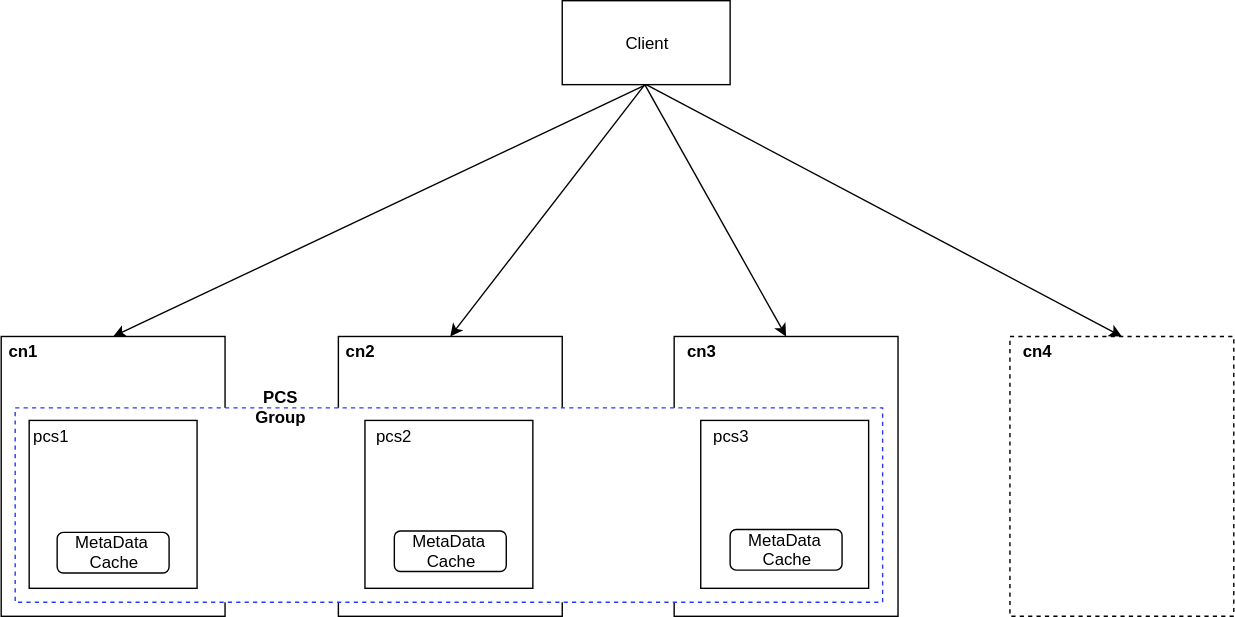
Before: attachments/1671089515758.drawio.svg, a diagram exported from draw.io (simbahebinbo/smallfat.github.io). Source tidied: cells renumbered, new cells last; positions are measured from the earlier drawing's top-left corner, leaving out a move shared by most shapes.
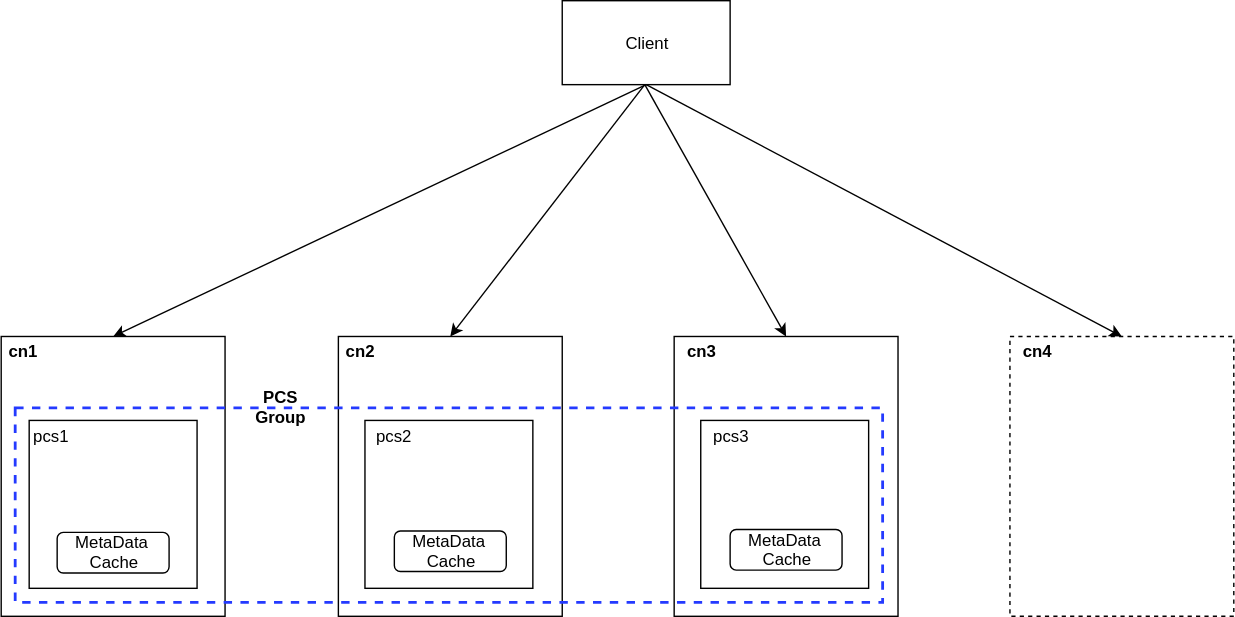
The same diagram one commit later.

Commit message:
添加附件 : attachments/1671089515758.drawio.svg

Diff of the diagram source:
```diff
@@ -11,7 +11,7 @@
     <mxCell id="4" style="whiteSpace=wrap;html=1;" parent="1" vertex="1">
       <mxGeometry y="240" width="160" height="200" as="geometry" />
     </mxCell>
-    <mxCell id="5" style="rounded=0;whiteSpace=wrap;html=1;fillColor=#FFFFFF;dashed=1;strokeColor=#243AFF;" parent="1" vertex="1">
+    <mxCell id="5" style="rounded=0;whiteSpace=wrap;html=1;fillColor=none;dashed=1;strokeColor=#243AFF;strokeWidth=2;" parent="1" vertex="1">
       <mxGeometry x="10" y="291" width="620" height="139" as="geometry" />
     </mxCell>
     <mxCell id="6" value="cn1" style="text;html=1;strokeColor=none;fillColor=none;align=center;verticalAlign=middle;whiteSpace=wrap;rounded=0;fontStyle=1;" parent="1" vertex="1">
```
